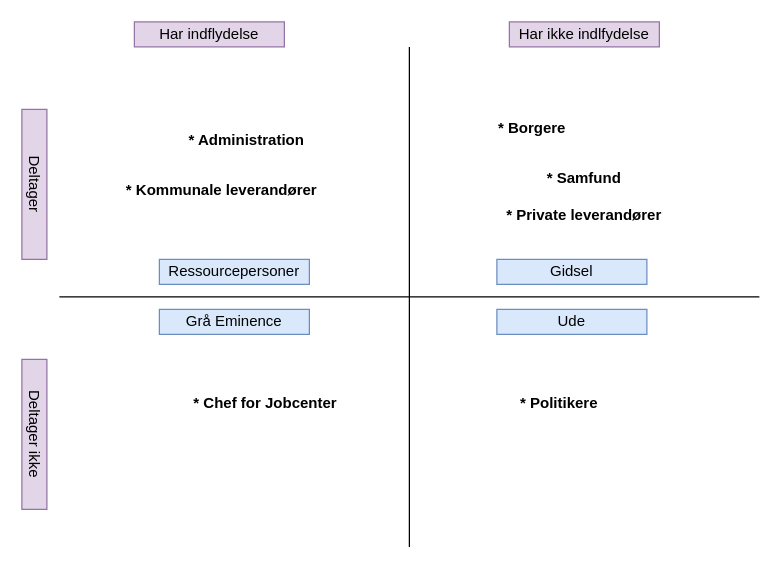
The draw.io diagram Sann3.drawio in anderskeis/anderskeis, before the edit. Source tidied: cells renumbered, new cells numbered last; positions are measured from the earlier drawing's top-left corner, leaving out a move shared by most shapes. Both pictures are drawn from the tidied source at 125%, with x=0, y=0 at pixel (-41, 21).
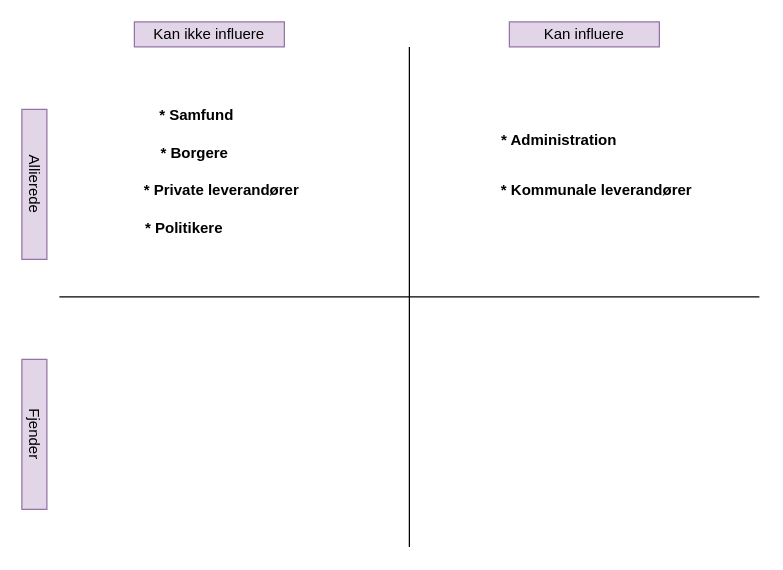
Above is the later version.

What changed in the source:
```diff
@@
-    <mxCell id="4" value="Ressourcepersoner" style="rounded=0;whiteSpace=wrap;html=1;fillColor=#dae8fc;strokeColor=#6c8ebf;" parent="1" vertex="1">
-      <mxGeometry x="160" y="190" width="120" height="20" as="geometry" />
-    </mxCell>
-    <mxCell id="5" value="Grå Eminence" style="rounded=0;whiteSpace=wrap;html=1;fillColor=#dae8fc;strokeColor=#6c8ebf;" parent="1" vertex="1">
-      <mxGeometry x="160" y="230" width="120" height="20" as="geometry" />
-    </mxCell>
-    <mxCell id="6" value="Ude" style="rounded=0;whiteSpace=wrap;html=1;fillColor=#dae8fc;strokeColor=#6c8ebf;" parent="1" vertex="1">
-      <mxGeometry x="430" y="230" width="120" height="20" as="geometry" />
-    </mxCell>
-    <mxCell id="7" value="Gidsel" style="rounded=0;whiteSpace=wrap;html=1;fillColor=#dae8fc;strokeColor=#6c8ebf;" parent="1" vertex="1">
-      <mxGeometry x="430" y="190" width="120" height="20" as="geometry" />
-    </mxCell>
-    <mxCell id="8" value="Deltager" style="rounded=0;whiteSpace=wrap;html=1;fillColor=#e1d5e7;strokeColor=#9673a6;rotation=90;flipV=0;flipH=1;" parent="1" vertex="1">
+    <mxCell id="8" value="Allierede" style="rounded=0;whiteSpace=wrap;html=1;fillColor=#e1d5e7;strokeColor=#9673a6;rotation=90;flipV=0;flipH=1;" parent="1" vertex="1">
       <mxGeometry y="120" width="120" height="20" as="geometry" />
     </mxCell>
-    <mxCell id="9" value="Deltager ikke" style="rounded=0;whiteSpace=wrap;html=1;fillColor=#e1d5e7;strokeColor=#9673a6;rotation=90;flipV=0;flipH=1;" parent="1" vertex="1">
+    <mxCell id="9" value="Fjender" style="rounded=0;whiteSpace=wrap;html=1;fillColor=#e1d5e7;strokeColor=#9673a6;rotation=90;flipV=0;flipH=1;" parent="1" vertex="1">
       <mxGeometry y="320" width="120" height="20" as="geometry" />
     </mxCell>
-    <mxCell id="10" value="Har indflydelse" style="rounded=0;whiteSpace=wrap;html=1;fillColor=#e1d5e7;strokeColor=#9673a6;rotation=0;flipV=0;flipH=1;" parent="1" vertex="1">
+    <mxCell id="10" value="Kan ikke influere" style="rounded=0;whiteSpace=wrap;html=1;fillColor=#e1d5e7;strokeColor=#9673a6;rotation=0;flipV=0;flipH=1;" parent="1" vertex="1">
       <mxGeometry x="140" width="120" height="20" as="geometry" />
     </mxCell>
-    <mxCell id="11" value="Har ikke indlfydelse" style="rounded=0;whiteSpace=wrap;html=1;fillColor=#e1d5e7;strokeColor=#9673a6;rotation=0;flipV=0;flipH=1;" parent="1" vertex="1">
+    <mxCell id="11" value="Kan influere" style="rounded=0;whiteSpace=wrap;html=1;fillColor=#e1d5e7;strokeColor=#9673a6;rotation=0;flipV=0;flipH=1;" parent="1" vertex="1">
       <mxGeometry x="440" width="120" height="20" as="geometry" />
     </mxCell>
     <mxCell id="12" value="* Administration" style="text;strokeColor=none;align=center;fillColor=none;html=1;verticalAlign=middle;whiteSpace=wrap;rounded=0;fontStyle=1;" parent="1" vertex="1">
-      <mxGeometry x="180" y="80" width="100" height="30" as="geometry" />
+      <mxGeometry x="430" y="80" width="100" height="30" as="geometry" />
     </mxCell>
     <mxCell id="13" value="* Kommunale leverandører" style="text;strokeColor=none;align=center;fillColor=none;html=1;verticalAlign=middle;whiteSpace=wrap;rounded=0;fontStyle=1;" parent="1" vertex="1">
-      <mxGeometry x="120" y="120" width="180" height="30" as="geometry" />
+      <mxGeometry x="420" y="120" width="180" height="30" as="geometry" />
     </mxCell>
     <mxCell id="14" value="* Borgere&amp;nbsp;" style="text;strokeColor=none;align=center;fillColor=none;html=1;verticalAlign=middle;whiteSpace=wrap;rounded=0;fontStyle=1;" parent="1" vertex="1">
-      <mxGeometry x="410" y="70" width="100" height="30" as="geometry" />
+      <mxGeometry x="140" y="90" width="100" height="30" as="geometry" />
     </mxCell>
     <mxCell id="15" value="* Samfund" style="text;strokeColor=none;align=center;fillColor=none;html=1;verticalAlign=middle;whiteSpace=wrap;rounded=0;fontStyle=1;" parent="1" vertex="1">
-      <mxGeometry x="450" y="110" width="100" height="30" as="geometry" />
+      <mxGeometry x="140" y="60" width="100" height="30" as="geometry" />
     </mxCell>
     <mxCell id="16" value="* Politikere" style="text;strokeColor=none;align=center;fillColor=none;html=1;verticalAlign=middle;whiteSpace=wrap;rounded=0;fontStyle=1;" parent="1" vertex="1">
-      <mxGeometry x="430" y="290" width="100" height="30" as="geometry" />
+      <mxGeometry x="130" y="150" width="100" height="30" as="geometry" />
     </mxCell>
-    <mxCell id="17" value="* Chef for Jobcenter" style="text;strokeColor=none;align=center;fillColor=none;html=1;verticalAlign=middle;whiteSpace=wrap;rounded=0;fontStyle=1;" parent="1" vertex="1">
-      <mxGeometry x="180" y="290" width="130" height="30" as="geometry" />
-    </mxCell>
     <mxCell id="18" value="* Private leverandører" style="text;strokeColor=none;align=center;fillColor=none;html=1;verticalAlign=middle;whiteSpace=wrap;rounded=0;fontStyle=1;" parent="1" vertex="1">
-      <mxGeometry x="410" y="140" width="180" height="30" as="geometry" />
+      <mxGeometry x="120" y="120" width="180" height="30" as="geometry" />
     </mxCell>
```
